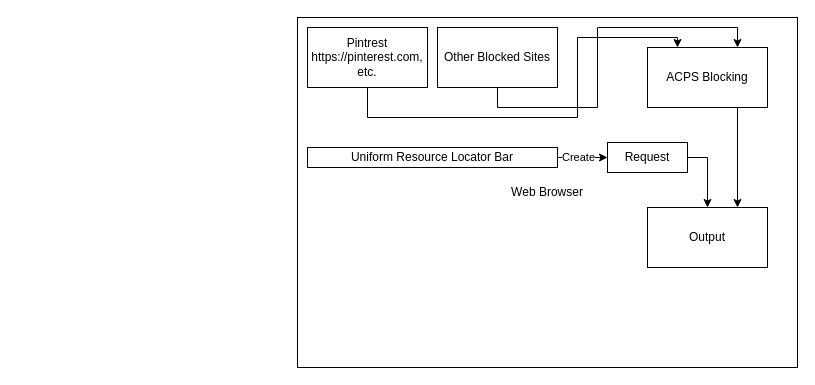
The draw.io diagram pinterest.drawio in DevEatSleepRepeat/draw.io, before the edit. Source tidied: cells renumbered, new cells numbered last; positions are measured from the earlier drawing's top-left corner, leaving out a move shared by most shapes. Both pictures are drawn from the tidied source at 100%, with x=0, y=0 at pixel (297, 17).
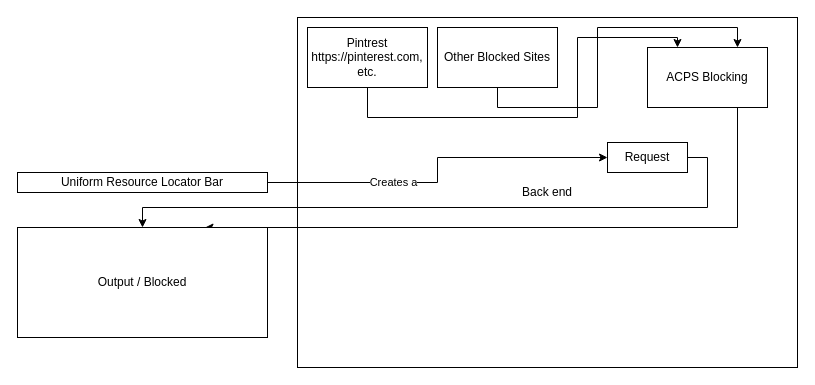
Above is the later version.

Unchanged cells that the change refers to:
```xml
<mxCell id="9" style="edgeStyle=orthogonalEdgeStyle;rounded=0;jettySize=auto;html=1;exitX=1;exitY=0.5;exitDx=0;exitDy=0;entryX=0;entryY=0.5;entryDx=0;entryDy=0;" parent="1" edge="1" source="11" target="13">
  <mxGeometry relative="1" as="geometry" />
</mxCell>
<mxCell id="13" value="Request" style="rounded=0;whiteSpace=wrap;html=1;" parent="1" vertex="1">
  <mxGeometry x="310" y="125" width="80" height="30" as="geometry" />
</mxCell>
```

What changed in the source:
```diff
@@
-    <mxCell id="2" value="Web Browser" style="rounded=0;whiteSpace=wrap;html=1;" parent="1" vertex="1">
+    <mxCell id="2" value="Back end" style="rounded=0;whiteSpace=wrap;html=1;" parent="1" vertex="1">
       <mxGeometry width="500" height="350" as="geometry" />
     </mxCell>
@@
-    <mxCell id="10" value="Create" style="edgeLabel;html=1;align=center;verticalAlign=middle;" parent="9" vertex="1">
+    <mxCell id="10" value="Creates a" style="edgeLabel;html=1;align=center;verticalAlign=middle;" parent="9" vertex="1">
       <mxGeometry x="-0.12" y="-2" relative="1" as="geometry">
-        <mxPoint x="-2" y="-3" as="offset" />
+        <mxPoint x="-36" y="-3" as="offset" />
       </mxGeometry>
     </mxCell>
     <mxCell id="11" value="Uniform Resource Locator Bar" style="rounded=0;whiteSpace=wrap;html=1;" parent="1" vertex="1">
-      <mxGeometry x="10" y="130" width="250" height="20" as="geometry" />
+      <mxGeometry x="-280" y="155" width="250" height="20" as="geometry" />
     </mxCell>
     <mxCell id="12" style="edgeStyle=orthogonalEdgeStyle;rounded=0;jettySize=auto;html=1;exitX=1;exitY=0.5;exitDx=0;exitDy=0;entryX=0.5;entryY=0;entryDx=0;entryDy=0;" parent="1" edge="1" source="13" target="14">
-      <mxGeometry relative="1" as="geometry" />
+      <mxGeometry relative="1" as="geometry">
+        <Array as="points">
+          <mxPoint x="410" y="140" />
+          <mxPoint x="410" y="190" />
+          <mxPoint x="-155" y="190" />
+        </Array>
+      </mxGeometry>
     </mxCell>
@@
-    <mxCell id="14" value="Output" style="rounded=0;whiteSpace=wrap;html=1;" parent="1" vertex="1">
-      <mxGeometry x="350" y="190" width="120" height="60" as="geometry" />
+    <mxCell id="14" value="Output / Blocked" style="rounded=0;whiteSpace=wrap;html=1;" parent="1" vertex="1">
+      <mxGeometry x="-280" y="210" width="250" height="110" as="geometry" />
     </mxCell>
```
